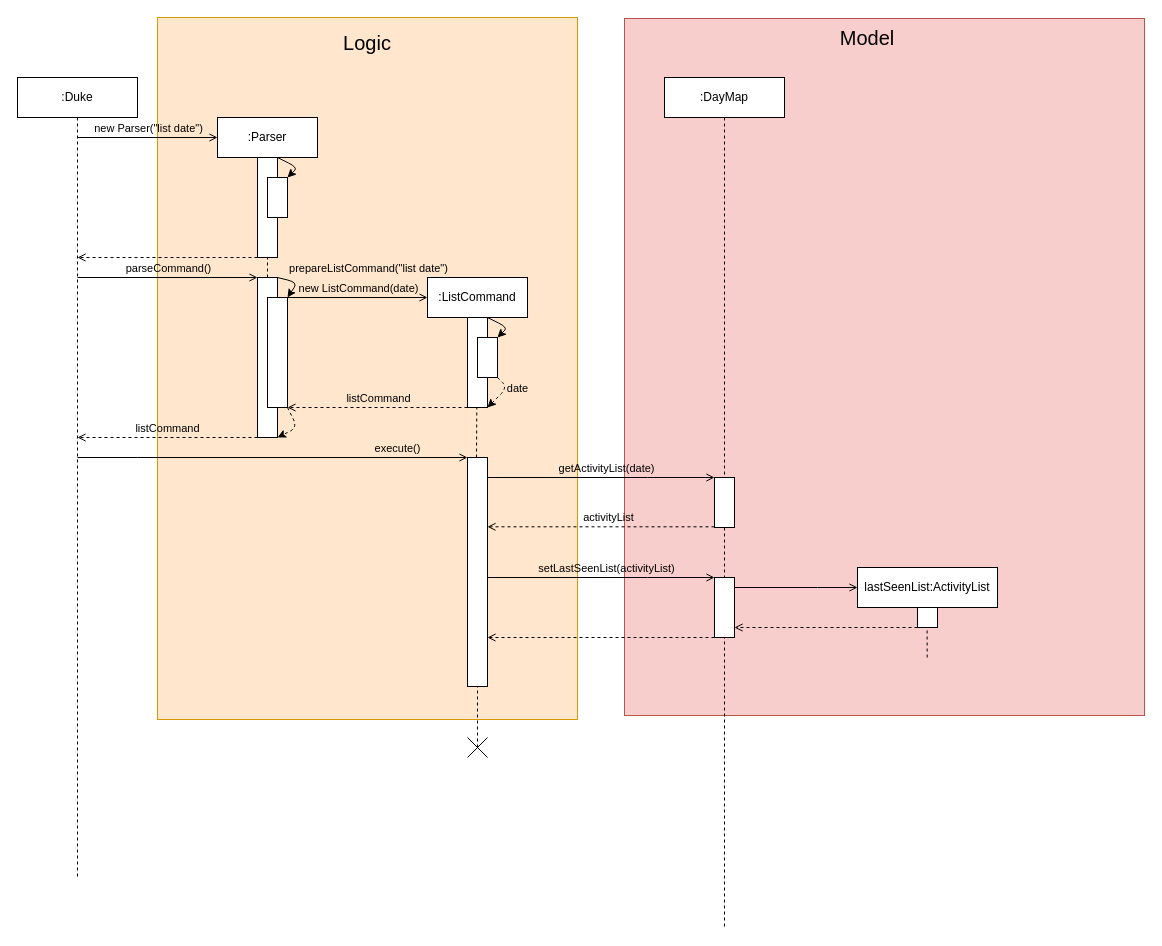
The draw.io diagram page "Page-2" (2 of 4) of docs/advanced_list.drawio in poonchuanan/tp, before the edit. Source tidied: cells renumbered, new cells numbered last; positions are measured from the earlier drawing's top-left corner, leaving out a move shared by most shapes. Both pictures are drawn from the tidied source at 100%, with x=0, y=0 at pixel (17, 17).
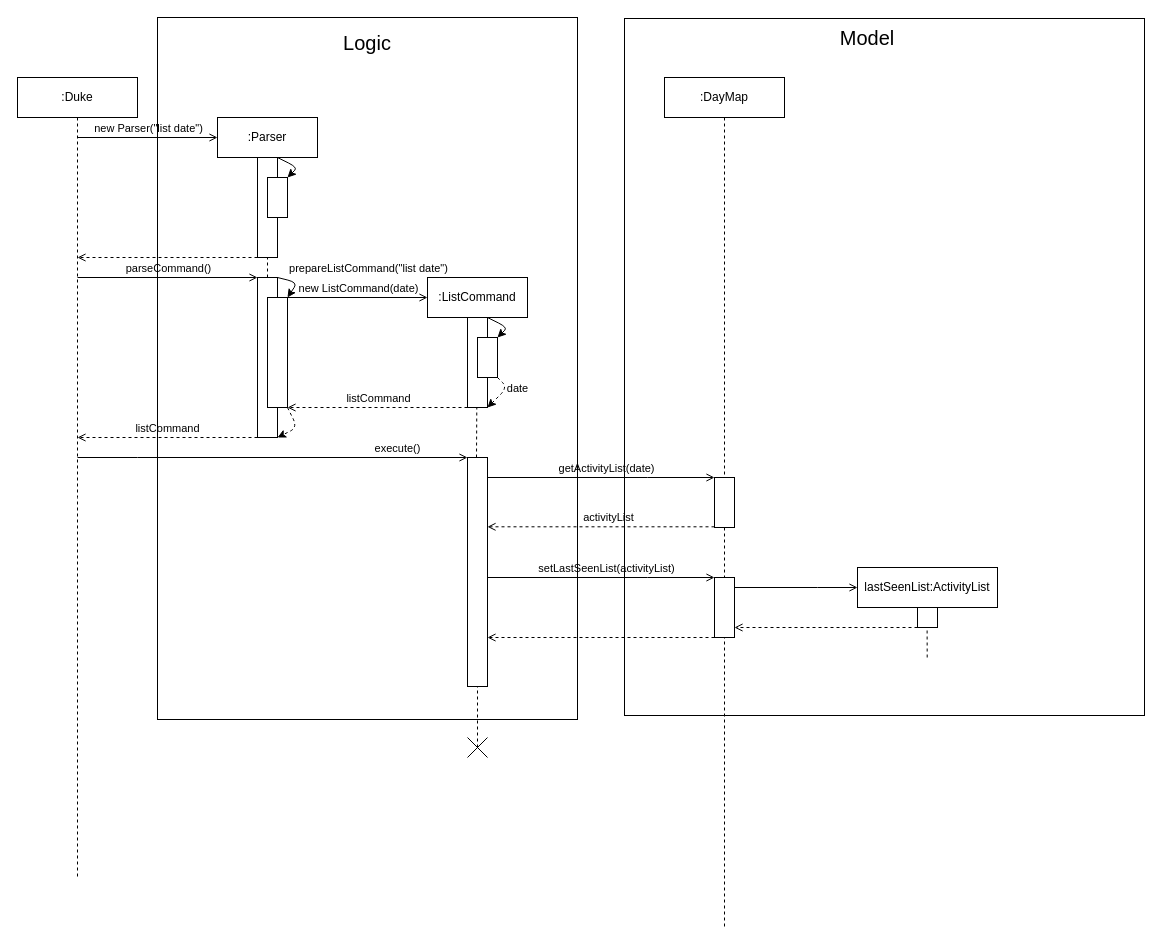
The same diagram, later.

What changed in the source:
```diff
@@
-    <mxCell id="2" style="rounded=0;whiteSpace=wrap;html=1;strokeWidth=1;fillColor=#f8cecc;strokeColor=#b85450;" parent="1" vertex="1">
+    <mxCell id="2" style="rounded=0;whiteSpace=wrap;html=1;strokeWidth=1;" parent="1" vertex="1">
       <mxGeometry x="607" y="1" width="520" height="697" as="geometry" />
     </mxCell>
-    <mxCell id="3" style="rounded=0;whiteSpace=wrap;html=1;strokeWidth=1;fillColor=#ffe6cc;strokeColor=#d79b00;" parent="1" vertex="1">
+    <mxCell id="3" style="rounded=0;whiteSpace=wrap;html=1;strokeWidth=1;" parent="1" vertex="1">
       <mxGeometry x="140" width="420" height="702" as="geometry" />
     </mxCell>
```
